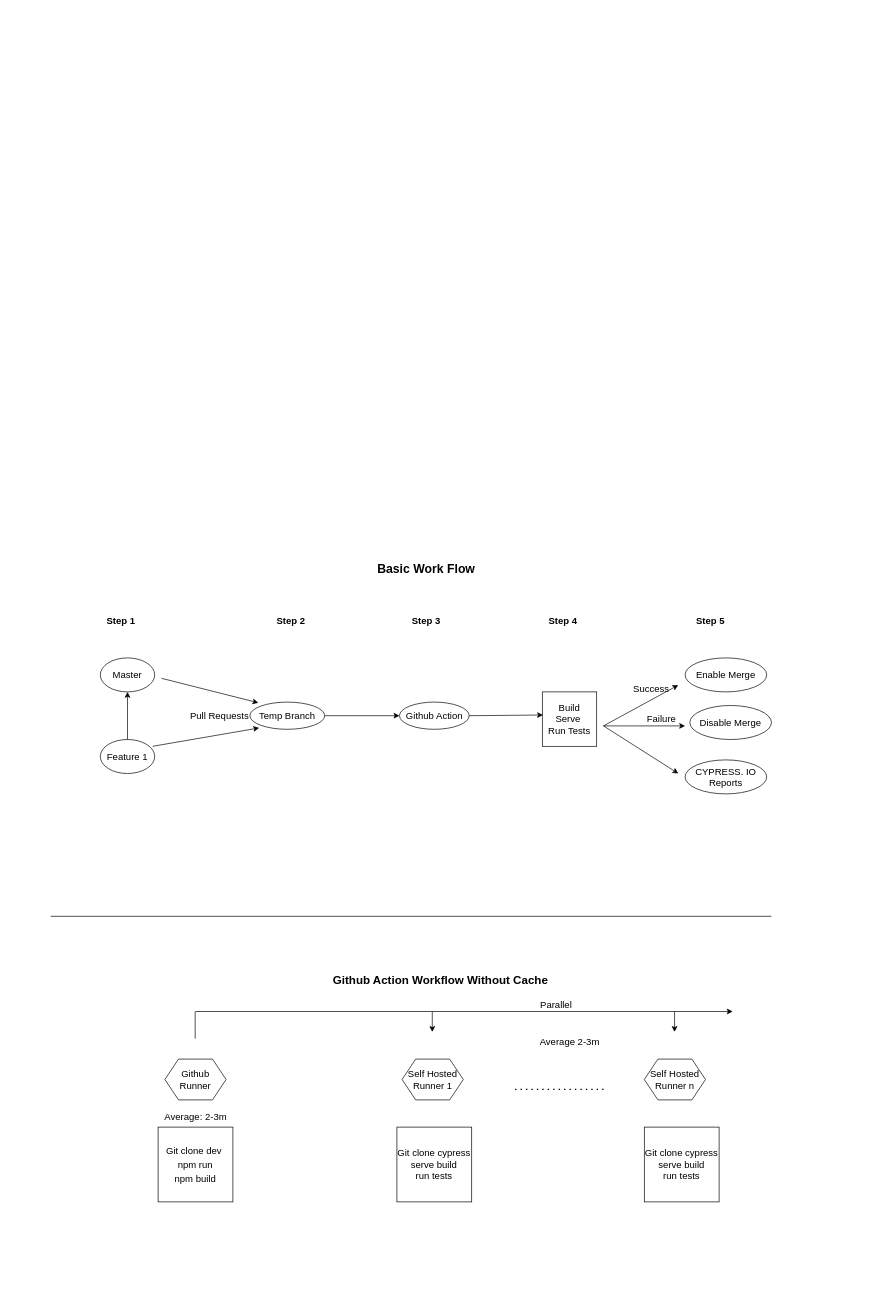
Before: src/Untitled Diagram.drawio in gowsi1511/cypressone, a draw.io diagram. Source tidied: cells renumbered, new cells numbered last; positions are measured from the earlier drawing's top-left corner, leaving out a move shared by most shapes. Both pictures are drawn from the tidied source at 68%, with x=0, y=0 at pixel (50, 556).
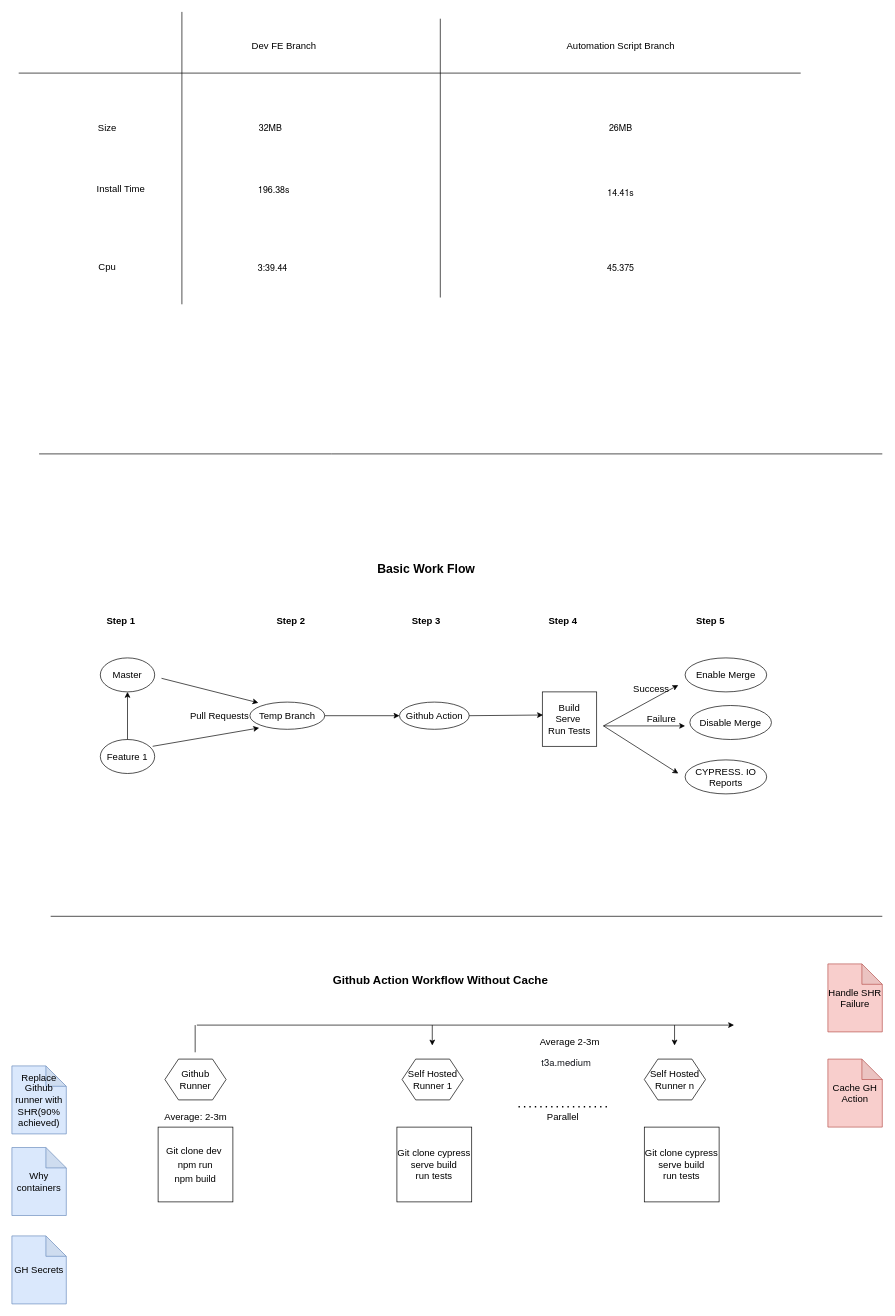
The same page after the edit.

Change to the diagram source:
```diff
@@
     <mxCell id="26" style="endArrow=none;html=1;rounded=0;fontSize=14;strokeWidth=1;" parent="1" edge="1">
       <mxGeometry relative="1" as="geometry">
         <mxPoint y="530" as="sourcePoint" />
-        <mxPoint x="1060" y="530" as="targetPoint" />
+        <mxPoint x="1223" y="530" as="targetPoint" />
       </mxGeometry>
     </mxCell>
@@
     <mxCell id="35" style="endArrow=classic;html=1;rounded=0;fontSize=14;strokeWidth=1;" parent="1" edge="1">
       <mxGeometry relative="1" as="geometry">
-        <mxPoint x="213" y="670" as="sourcePoint" />
-        <mxPoint x="1003" y="670" as="targetPoint" />
+        <mxPoint x="215" y="690" as="sourcePoint" />
+        <mxPoint x="1005" y="690" as="targetPoint" />
       </mxGeometry>
     </mxCell>
     <mxCell id="36" style="endArrow=classic;html=1;rounded=0;fontSize=14;strokeWidth=1;" parent="1" edge="1">
       <mxGeometry relative="1" as="geometry">
-        <mxPoint x="561.2" y="670" as="sourcePoint" />
-        <mxPoint x="561.2" y="700" as="targetPoint" />
+        <mxPoint x="561.2" y="690" as="sourcePoint" />
+        <mxPoint x="561.2" y="720" as="targetPoint" />
       </mxGeometry>
     </mxCell>
     <mxCell id="37" style="endArrow=classic;html=1;rounded=0;fontSize=14;strokeWidth=1;" parent="1" edge="1">
       <mxGeometry relative="1" as="geometry">
-        <mxPoint x="917.5" y="670" as="sourcePoint" />
-        <mxPoint x="917.5" y="700" as="targetPoint" />
+        <mxPoint x="917.5" y="690" as="sourcePoint" />
+        <mxPoint x="917.5" y="720" as="targetPoint" />
       </mxGeometry>
     </mxCell>
@@
     <mxCell id="40" style="endArrow=none;html=1;rounded=0;fontSize=14;strokeWidth=1;" parent="1" edge="1">
       <mxGeometry relative="1" as="geometry">
-        <mxPoint x="212.5" y="710" as="sourcePoint" />
-        <mxPoint x="212.5" y="670" as="targetPoint" />
+        <mxPoint x="212.5" y="730" as="sourcePoint" />
+        <mxPoint x="212.5" y="690" as="targetPoint" />
       </mxGeometry>
     </mxCell>
     <mxCell id="41" style="endArrow=none;dashed=1;html=1;dashPattern=1 3;strokeWidth=2;rounded=0;fontSize=17;labelBorderColor=none;spacingTop=5;spacing=9;spacingLeft=5;spacingBottom=4;spacingRight=4;" parent="1" edge="1">
       <mxGeometry relative="1" as="geometry">
-        <mxPoint x="683" y="784.5" as="sourcePoint" />
-        <mxPoint x="813" y="784.5" as="targetPoint" />
+        <mxPoint x="688" y="810" as="sourcePoint" />
+        <mxPoint x="818" y="810" as="targetPoint" />
       </mxGeometry>
     </mxCell>
     <mxCell id="42" value="&lt;font style=&quot;font-size: 14px;&quot;&gt;Parallel&lt;/font&gt;" style="text;html=1;align=center;verticalAlign=middle;strokeColor=none;fillColor=none;" parent="1" vertex="1">
-      <mxGeometry x="708" y="645" width="70" height="30" as="geometry" />
+      <mxGeometry x="718" y="810" width="70" height="30" as="geometry" />
     </mxCell>
+    <mxCell id="43" value="&lt;span style=&quot;color: rgb(22, 25, 31); font-family: &amp;quot;Amazon Ember&amp;quot;, &amp;quot;Helvetica Neue&amp;quot;, Roboto, Arial, sans-serif; text-align: left; background-color: rgb(255, 255, 255);&quot;&gt;t3a.medium&lt;/span&gt;" style="text;html=1;align=center;verticalAlign=middle;strokeColor=none;fillColor=none;fontSize=14;" parent="1" vertex="1">
+      <mxGeometry x="708" y="730" width="100" height="30" as="geometry" />
+    </mxCell>
+    <mxCell id="44" value="Replace Github runner with SHR(90% achieved)" style="shape=note;whiteSpace=wrap;html=1;backgroundOutline=1;darkOpacity=0.05;fontSize=14;fillColor=#dae8fc;strokeColor=#6c8ebf;" parent="1" vertex="1">
+      <mxGeometry x="-57" y="750" width="80" height="100" as="geometry" />
+    </mxCell>
+    <mxCell id="45" value="Handle SHR Failure" style="shape=note;whiteSpace=wrap;html=1;backgroundOutline=1;darkOpacity=0.05;fontSize=14;fillColor=#f8cecc;strokeColor=#b85450;" parent="1" vertex="1">
+      <mxGeometry x="1143" y="600" width="80" height="100" as="geometry" />
+    </mxCell>
+    <mxCell id="46" value="Cache GH Action" style="shape=note;whiteSpace=wrap;html=1;backgroundOutline=1;darkOpacity=0.05;fontSize=14;fillColor=#f8cecc;strokeColor=#b85450;" parent="1" vertex="1">
+      <mxGeometry x="1143" y="740" width="80" height="100" as="geometry" />
+    </mxCell>
+    <mxCell id="47" value="Why containers" style="shape=note;whiteSpace=wrap;html=1;backgroundOutline=1;darkOpacity=0.05;fontSize=14;fillColor=#dae8fc;strokeColor=#6c8ebf;" parent="1" vertex="1">
+      <mxGeometry x="-57" y="870" width="80" height="100" as="geometry" />
+    </mxCell>
+    <mxCell id="48" value="GH Secrets" style="shape=note;whiteSpace=wrap;html=1;backgroundOutline=1;darkOpacity=0.05;fontSize=14;fillColor=#dae8fc;strokeColor=#6c8ebf;" parent="1" vertex="1">
+      <mxGeometry x="-57" y="1000" width="80" height="100" as="geometry" />
+    </mxCell>
+    <mxCell id="49" style="endArrow=none;html=1;rounded=0;fontSize=14;" parent="1" edge="1">
+      <mxGeometry relative="1" as="geometry">
+        <mxPoint x="-17" y="-150" as="sourcePoint" />
+        <mxPoint x="1223" y="-150" as="targetPoint" />
+        <Array as="points">
+          <mxPoint x="413" y="-150" />
+        </Array>
+      </mxGeometry>
+    </mxCell>
+    <mxCell id="50" value="Size" style="text;html=1;align=center;verticalAlign=middle;strokeColor=none;fillColor=none;fontSize=14;" parent="1" vertex="1">
+      <mxGeometry x="58" y="-645" width="50" height="30" as="geometry" />
+    </mxCell>
+    <mxCell id="51" value="Install Time" style="text;html=1;align=center;verticalAlign=middle;strokeColor=none;fillColor=none;fontSize=14;" parent="1" vertex="1">
+      <mxGeometry x="58" y="-554" width="90" height="30" as="geometry" />
+    </mxCell>
+    <mxCell id="52" value="Cpu" style="text;html=1;align=center;verticalAlign=middle;strokeColor=none;fillColor=none;fontSize=14;" parent="1" vertex="1">
+      <mxGeometry x="58" y="-440" width="50" height="30" as="geometry" />
+    </mxCell>
+    <mxCell id="53" value="&lt;p style=&quot;margin: 0px; font-variant-numeric: normal; font-variant-east-asian: normal; font-stretch: normal; font-size: 13px; line-height: normal; font-family: &amp;quot;Helvetica Neue&amp;quot;; text-align: start;&quot; class=&quot;p1&quot;&gt;196.38s&lt;/p&gt;" style="text;html=1;align=center;verticalAlign=middle;strokeColor=none;fillColor=none;fontSize=14;" parent="1" vertex="1">
+      <mxGeometry x="293" y="-554" width="70" height="30" as="geometry" />
+    </mxCell>
+    <mxCell id="54" value="&lt;p style=&quot;margin: 0px; font-variant-numeric: normal; font-variant-east-asian: normal; font-stretch: normal; font-size: 13px; line-height: normal; font-family: &amp;quot;Helvetica Neue&amp;quot;; text-align: start;&quot; class=&quot;p1&quot;&gt;14.41s&lt;/p&gt;" style="text;html=1;align=center;verticalAlign=middle;strokeColor=none;fillColor=none;fontSize=14;" parent="1" vertex="1">
+      <mxGeometry x="808" y="-550" width="60" height="30" as="geometry" />
+    </mxCell>
+    <mxCell id="55" value="&lt;p style=&quot;margin: 0px; font-variant-numeric: normal; font-variant-east-asian: normal; font-stretch: normal; font-size: 13px; line-height: normal; font-family: &amp;quot;Helvetica Neue&amp;quot;; text-align: start;&quot; class=&quot;p1&quot;&gt;3:39.44&lt;span class=&quot;Apple-converted-space&quot;&gt;&amp;nbsp;&lt;/span&gt;&lt;/p&gt;" style="text;html=1;align=center;verticalAlign=middle;strokeColor=none;fillColor=none;fontSize=14;" parent="1" vertex="1">
+      <mxGeometry x="293" y="-440" width="70" height="30" as="geometry" />
+    </mxCell>
+    <mxCell id="56" value="&lt;p style=&quot;margin: 0px; font-variant-numeric: normal; font-variant-east-asian: normal; font-stretch: normal; font-size: 13px; line-height: normal; font-family: &amp;quot;Helvetica Neue&amp;quot;; text-align: start;&quot; class=&quot;p1&quot;&gt;45.375&lt;/p&gt;" style="text;html=1;align=center;verticalAlign=middle;strokeColor=none;fillColor=none;fontSize=14;" parent="1" vertex="1">
+      <mxGeometry x="808" y="-440" width="60" height="30" as="geometry" />
+    </mxCell>
+    <mxCell id="57" value="&lt;p style=&quot;margin: 0px; font-variant-numeric: normal; font-variant-east-asian: normal; font-stretch: normal; font-size: 13px; line-height: normal; font-family: &amp;quot;Helvetica Neue&amp;quot;; text-align: start;&quot; class=&quot;p1&quot;&gt;32MB&lt;/p&gt;" style="text;html=1;align=center;verticalAlign=middle;strokeColor=none;fillColor=none;fontSize=14;" parent="1" vertex="1">
+      <mxGeometry x="293" y="-645" width="60" height="30" as="geometry" />
+    </mxCell>
+    <mxCell id="58" value="&lt;p style=&quot;margin: 0px; font-variant-numeric: normal; font-variant-east-asian: normal; font-stretch: normal; font-size: 13px; line-height: normal; font-family: &amp;quot;Helvetica Neue&amp;quot;; text-align: start;&quot; class=&quot;p1&quot;&gt;26MB&lt;/p&gt;" style="text;html=1;align=center;verticalAlign=middle;strokeColor=none;fillColor=none;fontSize=14;" parent="1" vertex="1">
+      <mxGeometry x="808" y="-645" width="60" height="30" as="geometry" />
+    </mxCell>
+    <mxCell id="59" style="endArrow=none;html=1;rounded=0;fontSize=14;" parent="1" edge="1">
+      <mxGeometry relative="1" as="geometry">
+        <mxPoint x="193" y="-370" as="sourcePoint" />
+        <mxPoint x="193" y="-800" as="targetPoint" />
+      </mxGeometry>
+    </mxCell>
+    <mxCell id="60" style="endArrow=none;html=1;rounded=0;fontSize=14;" parent="1" edge="1">
+      <mxGeometry relative="1" as="geometry">
+        <mxPoint x="573" y="-380" as="sourcePoint" />
+        <mxPoint x="573" y="-790" as="targetPoint" />
+      </mxGeometry>
+    </mxCell>
+    <mxCell id="61" value="&lt;span style=&quot;&quot;&gt;Automation Script Branch&lt;/span&gt;" style="text;html=1;align=center;verticalAlign=middle;strokeColor=none;fillColor=none;fontSize=14;" parent="1" vertex="1">
+      <mxGeometry x="748" y="-765" width="180" height="30" as="geometry" />
+    </mxCell>
+    <mxCell id="62" value="&lt;span style=&quot;&quot;&gt;Dev FE Branch&lt;/span&gt;" style="text;html=1;align=center;verticalAlign=middle;strokeColor=none;fillColor=none;fontSize=14;" parent="1" vertex="1">
+      <mxGeometry x="283" y="-765" width="120" height="30" as="geometry" />
+    </mxCell>
+    <mxCell id="63" style="endArrow=none;html=1;rounded=0;fontSize=14;" parent="1" edge="1">
+      <mxGeometry relative="1" as="geometry">
+        <mxPoint x="-47" y="-710" as="sourcePoint" />
+        <mxPoint x="1103" y="-710" as="targetPoint" />
+      </mxGeometry>
+    </mxCell>
```
